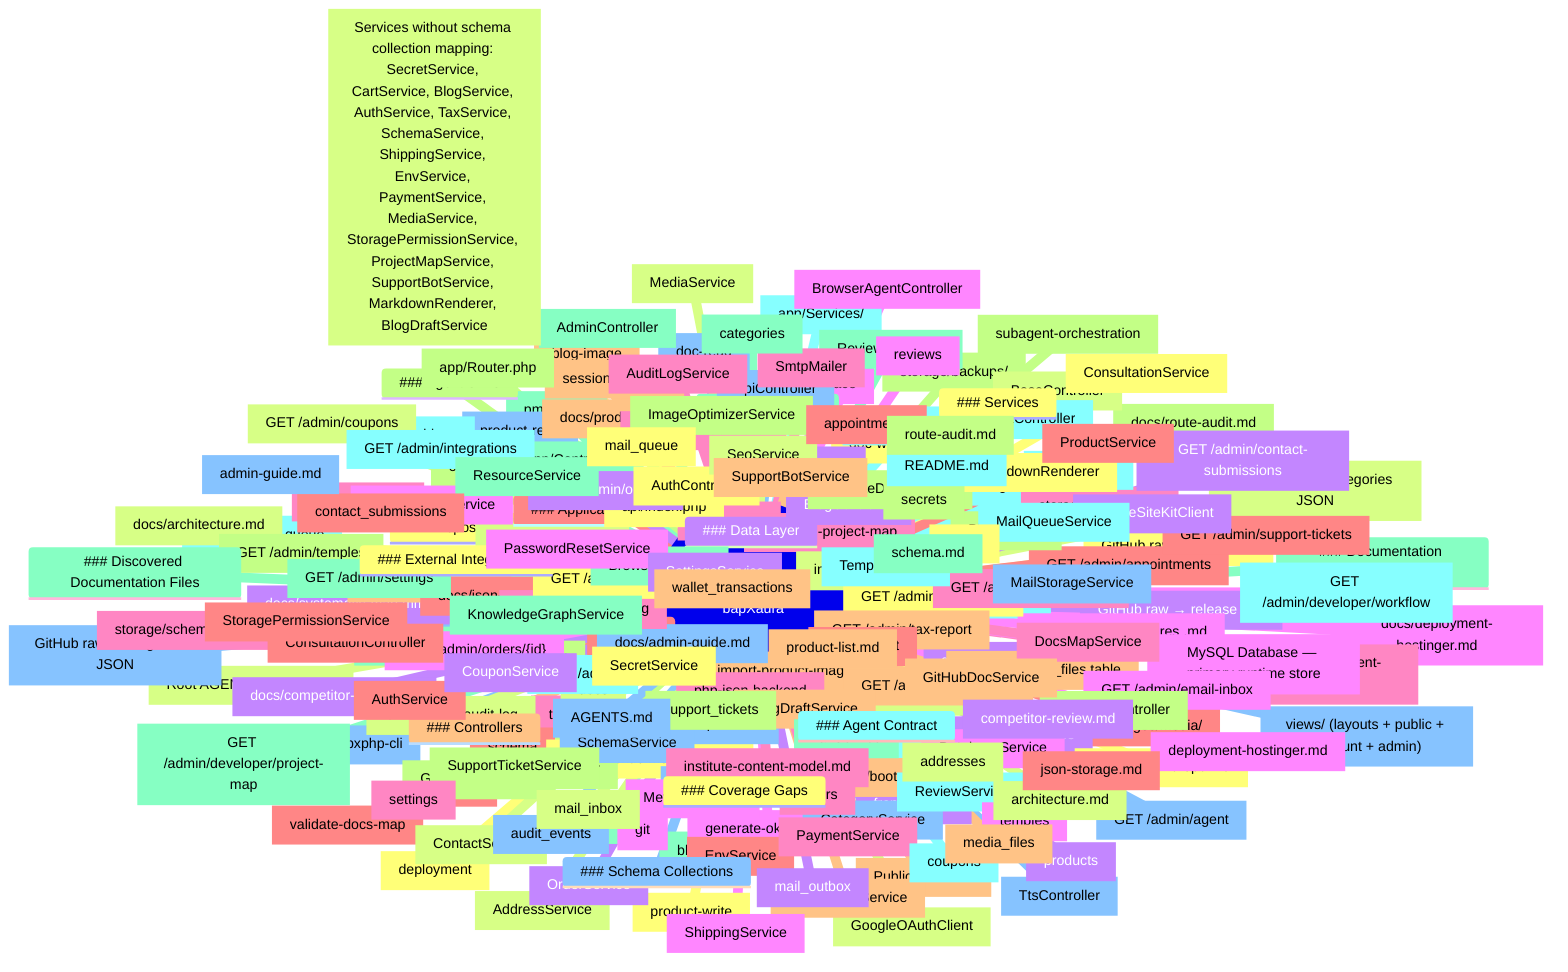
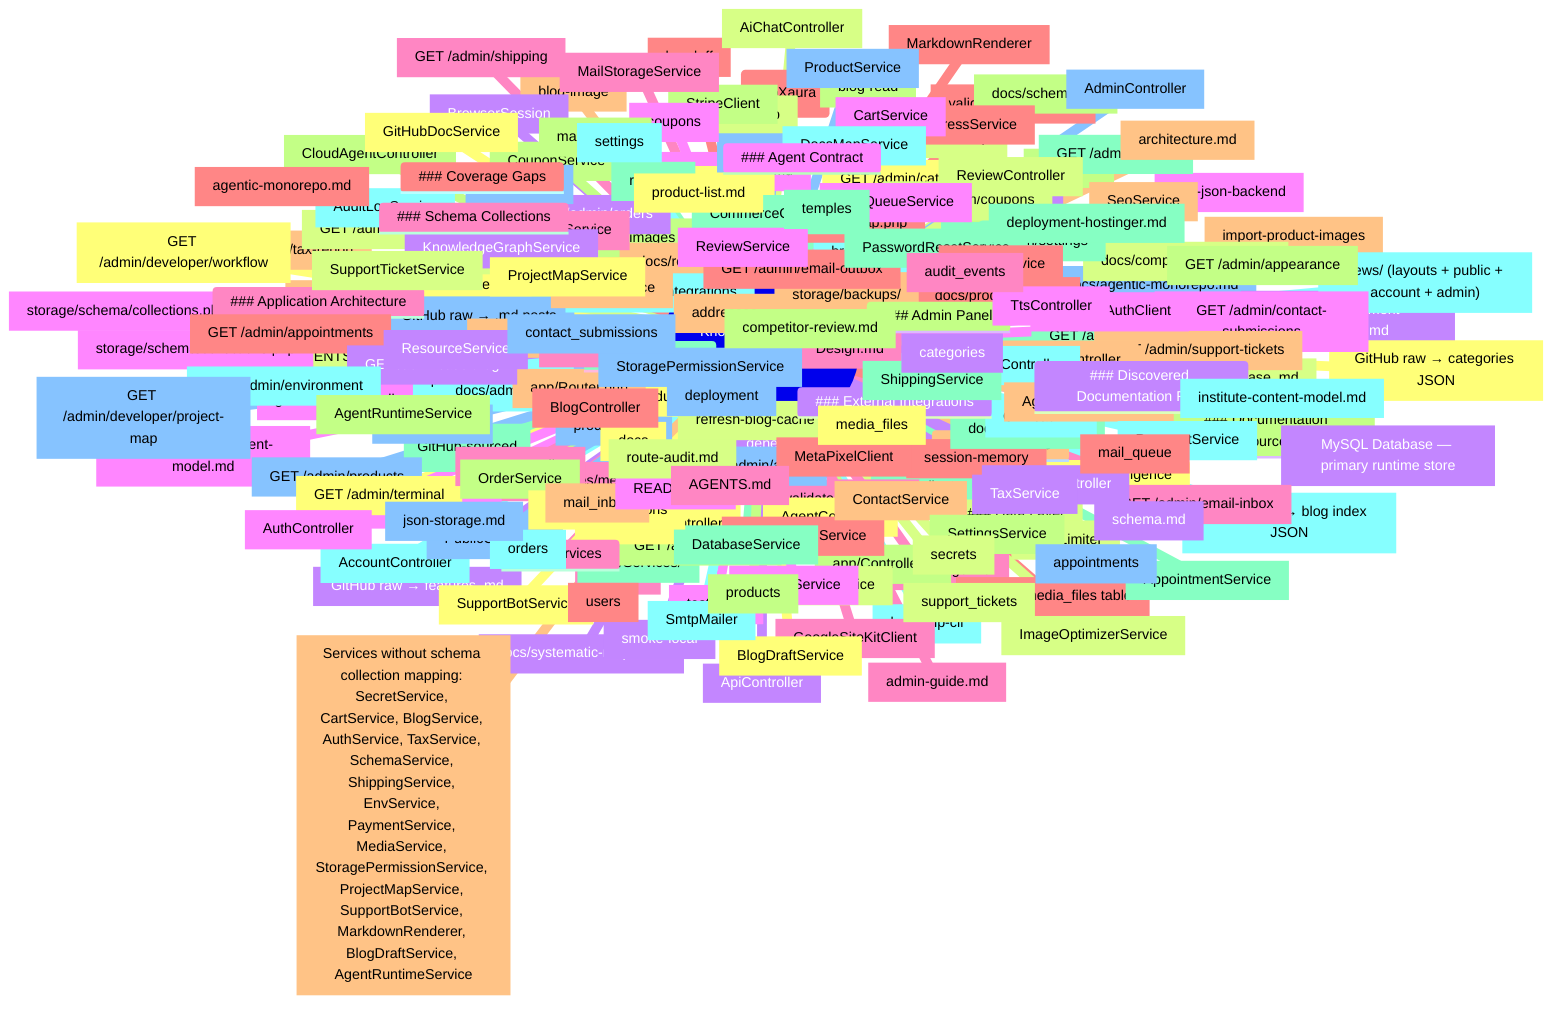
mindmap
  root(("Knowledge Map — bapXaura"))

    ### Repository Intelligence
    AGENTS_FILES["Root AGENTS.md contract"]
    SYSTEMATIC_MAP["docs/systematic-map.mmd"]
    COLLECTIONS_SCHEMA["storage/schema/collections.php"]
    DESIGN_SYSTEM["Design.md"]

    ### CLI (bapXaura)
    CLI_blog_image["blog-image"]
    CLI_blog_read["blog-read"]
    CLI_blog_write["blog-write"]
    CLI_browser_agent["browser-agent"]
    CLI_doc_read["doc-read"]
    CLI_doc_write["doc-write"]
    CLI_generate_code_map["generate-code-map"]
    CLI_generate_docs_map["generate-docs-map"]
    CLI_generate_okf_bundle["generate-okf-bundle"]
    CLI_generate_project_map["generate-project-map"]
    CLI_handoff["handoff"]
    CLI_import_product_images["import-product-images"]
    CLI_optimize_images["optimize-images"]
    CLI_pma_client["pma-client"]
    CLI_process_mail_queue["process-mail-queue"]
    CLI_product_read["product-read"]
    CLI_product_write["product-write"]
    CLI_refresh_blog_cache["refresh-blog-cache"]
    CLI_smoke_local["smoke-local"]
    CLI_test_race["test_race"]
-     CLI_tui["tui"]
    CLI_validate_docs_map["validate-docs-map"]
    CLI_validate_project_map["validate-project-map"]

    ### Agent Skills
    SKILL_admin_ui["admin-ui"]
    SKILL_backend_json["backend-json"]
    SKILL_bapxphp_cli["bapxphp-cli"]
    SKILL_deployment["deployment"]
    SKILL_docs["docs"]
    SKILL_frontend_php["frontend-php"]
    SKILL_git["git"]
    SKILL_php_json_backend["php-json-backend"]
    SKILL_schema["schema"]
    SKILL_session_memory["session-memory"]
    SKILL_subagent_orchestration["subagent-orchestration"]

    ### Documentation Sources
    DOCS_readme_md["docs/README.md"]
    DOCS_admin_guide_md["docs/admin-guide.md"]
    DOCS_agentic_monorepo_md["docs/agentic-monorepo.md"]
    DOCS_architecture_md["docs/architecture.md"]
    DOCS_competitor_review_md["docs/competitor-review.md"]
    DOCS_deployment_hostinger_md["docs/deployment-hostinger.md"]
    DOCS_institute_content_model_md["docs/institute-content-model.md"]
    DOCS_json_storage_md["docs/json-storage.md"]
    DOCS_product_list_md["docs/product-list.md"]
    DOCS_route_audit_md["docs/route-audit.md"]
    DOCS_schema_md["docs/schema.md"]

    ### Blog & Content (GitHub-sourced)
    BLOG_INDEX["GitHub raw → blog index JSON"]
    BLOG_POSTS["GitHub raw → .md posts"]
    BLOG_CATEGORIES["GitHub raw → categories JSON"]
    RELEASE_NOTES["GitHub raw → release .md"]
    FEATURE_UPDATES["GitHub raw → features .md"]
    CACHE["storage/cache/*.md"]

    ### Application Architecture
    PHP_BOOTSTRAP["app/bootstrap.php"]
    PHP_ROUTER["app/Router.php"]
    PHP_CONTROLLERS["app/Controllers/"]
    PHP_SERVICES["app/Services/"]
    PHP_VIEWS["views/ (layouts + public + account + admin)"]
    PHP_API["api/index.php"]
    PHP_INTEGRATIONS["integrations/"]

    ### Data Layer
    MYSQL_TABLES["MySQL Database — primary runtime store"]
    SCHEMA_DEF["storage/schema/collections.php"]
    MEDIA_FILES["assets/images/media/"]
    MEDIA_INDEX["MySQL media_files table"]
    BACKUPS["storage/backups/"]

    ### Admin Panel
+     ADMIN_admin_workspace["GET /admin/workspace"]
    ADMIN_admin["GET /admin"]
    ADMIN_admin_products["GET /admin/products"]
    ADMIN_admin_categories["GET /admin/categories"]
    ADMIN_admin_coupons["GET /admin/coupons"]
    ADMIN_admin_orders["GET /admin/orders"]
    ADMIN_admin_orders_id["GET /admin/orders/{id}"]
    ADMIN_admin_shipping["GET /admin/shipping"]
    ADMIN_admin_appointments["GET /admin/appointments"]
    ADMIN_admin_tax_report["GET /admin/tax-report"]
    ADMIN_admin_temples["GET /admin/temples"]
    ADMIN_admin_settings["GET /admin/settings"]
    ADMIN_admin_integrations["GET /admin/integrations"]
    ADMIN_admin_agent["GET /admin/agent"]
+     ADMIN_admin_terminal["GET /admin/terminal"]
    ADMIN_admin_backups["GET /admin/backups"]
    ADMIN_admin_audit_log["GET /admin/audit-log"]
    ADMIN_admin_contact_submissions["GET /admin/contact-submissions"]
    ADMIN_admin_email_inbox["GET /admin/email-inbox"]
    ADMIN_admin_email_outbox["GET /admin/email-outbox"]
    ADMIN_admin_support_tickets["GET /admin/support-tickets"]
    ADMIN_admin_appearance["GET /admin/appearance"]
    ADMIN_admin_media["GET /admin/media"]
+     ADMIN_admin_environment["GET /admin/environment"]
    ADMIN_admin_developer_project_map["GET /admin/developer/project-map"]
    ADMIN_admin_developer_workflow["GET /admin/developer/workflow"]
    ADMIN_admin_blog["GET /admin/blog"]

    ### External Integrations
    INTEG_googleoauthclient["GoogleOAuthClient"]
    INTEG_googlesitekitclient["GoogleSiteKitClient"]
    INTEG_metapixelclient["MetaPixelClient"]
    INTEG_razorpayclient["RazorpayClient"]
    INTEG_stripeclient["StripeClient"]

    ### Controllers
    CTRL_accountcontroller["AccountController"]
    CTRL_admincontroller["AdminController"]
    CTRL_agentcontroller["AgentController"]
+     CTRL_aichatcontroller["AiChatController"]
    CTRL_apicontroller["ApiController"]
    CTRL_authcontroller["AuthController"]
    CTRL_basecontroller["BaseController"]
    CTRL_blogcontroller["BlogController"]
    CTRL_browseragentcontroller["BrowserAgentController"]
+     CTRL_cloudagentcontroller["CloudAgentController"]
    CTRL_commercecontroller["CommerceController"]
    CTRL_consultationcontroller["ConsultationController"]
    CTRL_publiccontroller["PublicController"]
    CTRL_remotedbcontroller["RemoteDbController"]
    CTRL_reviewcontroller["ReviewController"]
    CTRL_supportcontroller["SupportController"]
    CTRL_ttscontroller["TtsController"]

    ### Services
    SVC_addressservice["AddressService"]
    SVC_agentcontextservice["AgentContextService"]
+     SVC_agentruntimeservice["AgentRuntimeService"]
    SVC_appointmentservice["AppointmentService"]
    SVC_auditlogservice["AuditLogService"]
    SVC_authservice["AuthService"]
    SVC_blogdraftservice["BlogDraftService"]
    SVC_blogservice["BlogService"]
    SVC_browsersession["BrowserSession"]
    SVC_cartservice["CartService"]
    SVC_categoryservice["CategoryService"]
    SVC_consultationservice["ConsultationService"]
    SVC_contactservice["ContactService"]
    SVC_couponservice["CouponService"]
    SVC_databaseservice["DatabaseService"]
    SVC_docsmapservice["DocsMapService"]
    SVC_envservice["EnvService"]
    SVC_githubdocservice["GitHubDocService"]
    SVC_imageoptimizerservice["ImageOptimizerService"]
    SVC_knowledgegraphservice["KnowledgeGraphService"]
    SVC_mailqueueservice["MailQueueService"]
    SVC_mailstorageservice["MailStorageService"]
    SVC_markdownrenderer["MarkdownRenderer"]
    SVC_mediaservice["MediaService"]
    SVC_orderservice["OrderService"]
    SVC_passwordresetservice["PasswordResetService"]
    SVC_paymentservice["PaymentService"]
    SVC_productservice["ProductService"]
    SVC_projectmapservice["ProjectMapService"]
    SVC_ratelimiter["RateLimiter"]
    SVC_resourceservice["ResourceService"]
    SVC_reviewservice["ReviewService"]
    SVC_schemaservice["SchemaService"]
    SVC_secretservice["SecretService"]
    SVC_seoservice["SeoService"]
    SVC_settingsservice["SettingsService"]
    SVC_shippingservice["ShippingService"]
    SVC_smtpmailer["SmtpMailer"]
    SVC_storagepermissionservice["StoragePermissionService"]
    SVC_supportbotservice["SupportBotService"]
    SVC_supportticketservice["SupportTicketService"]
    SVC_taxservice["TaxService"]
    SVC_templeservice["TempleService"]

    ### Schema Collections
    COL_users["users"]
    COL_addresses["addresses"]
    COL_products["products"]
    COL_temples["temples"]
    COL_orders["orders"]
    COL_appointments["appointments"]
    COL_wallet_transactions["wallet_transactions"]
    COL_support_tickets["support_tickets"]
    COL_categories["categories"]
    COL_coupons["coupons"]
    COL_audit_events["audit_events"]
    COL_mail_queue["mail_queue"]
    COL_mail_inbox["mail_inbox"]
    COL_mail_outbox["mail_outbox"]
    COL_reviews["reviews"]
    COL_settings["settings"]
    COL_contact_submissions["contact_submissions"]
    COL_media_files["media_files"]
    COL_secrets["secrets"]


    ### Discovered Documentation Files
    DOCFILE_readme_md["README.md"]
    DOCFILE_admin_guide_md["admin-guide.md"]
    DOCFILE_agentic_monorepo_md["agentic-monorepo.md"]
    DOCFILE_architecture_md["architecture.md"]
    DOCFILE_competitor_review_md["competitor-review.md"]
    DOCFILE_deployment_hostinger_md["deployment-hostinger.md"]
    DOCFILE_institute_content_model_md["institute-content-model.md"]
    DOCFILE_json_storage_md["json-storage.md"]
    DOCFILE_product_list_md["product-list.md"]
    DOCFILE_route_audit_md["route-audit.md"]
    DOCFILE_schema_md["schema.md"]

    ### Agent Contract
    AGENTFILE_agents_md["AGENTS.md"]

    ### Coverage Gaps
-     GAP_services_without_schema_collection_mapping_secre["Services without schema collection mapping: SecretService, CartService, BlogService, AuthService, TaxService, SchemaService, ShippingService, EnvService, PaymentService, MediaService, StoragePermissionService, ProjectMapService, SupportBotService, MarkdownRenderer, BlogDraftService"]
+     GAP_services_without_schema_collection_mapping_secre["Services without schema collection mapping: SecretService, CartService, BlogService, AuthService, TaxService, SchemaService, ShippingService, EnvService, PaymentService, MediaService, StoragePermissionService, ProjectMapService, SupportBotService, MarkdownRenderer, BlogDraftService, AgentRuntimeService"]
